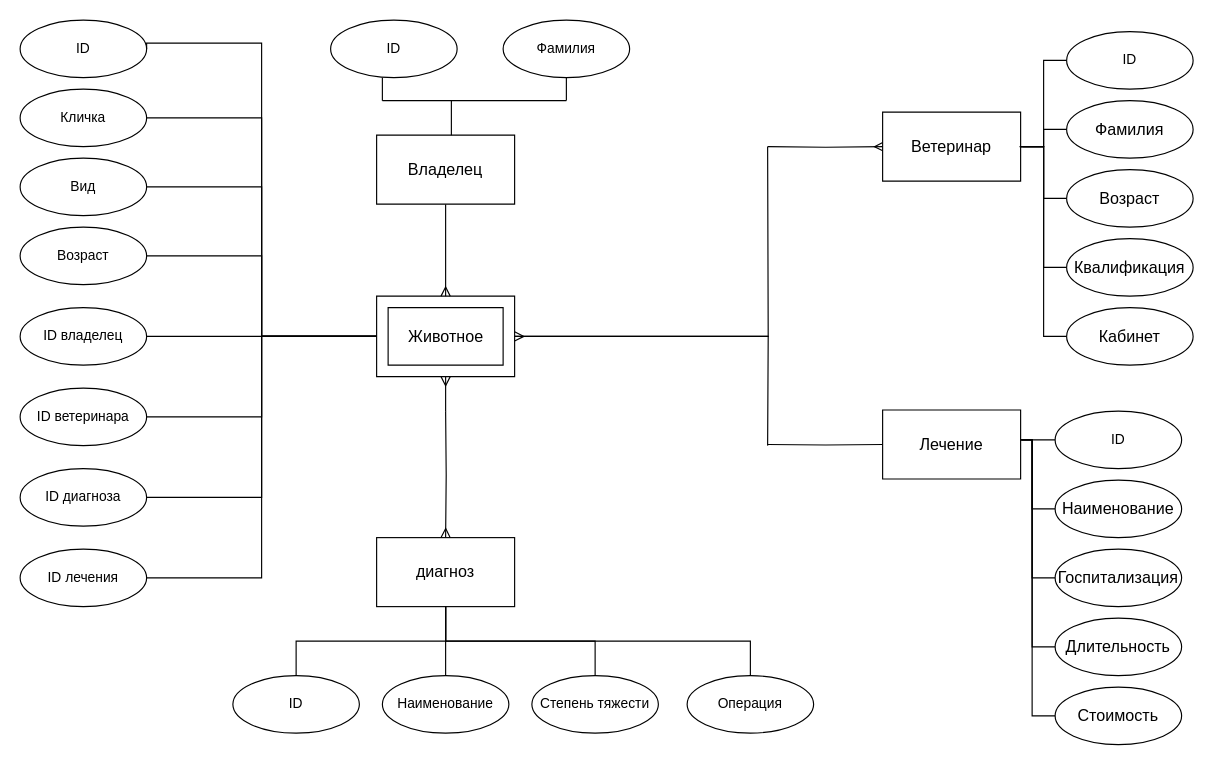
jokerva1010123/BMSTU-5-cem-DB keeps this draw.io diagram as lab_01/diagram/er-model.drawio. Above is the earlier version. Source tidied: cells renumbered, new cells numbered last; positions are measured from the earlier drawing's top-left corner, leaving out a move shared by most shapes. Both pictures are drawn from the tidied source at 115%, with x=0, y=0 at pixel (20, 20).
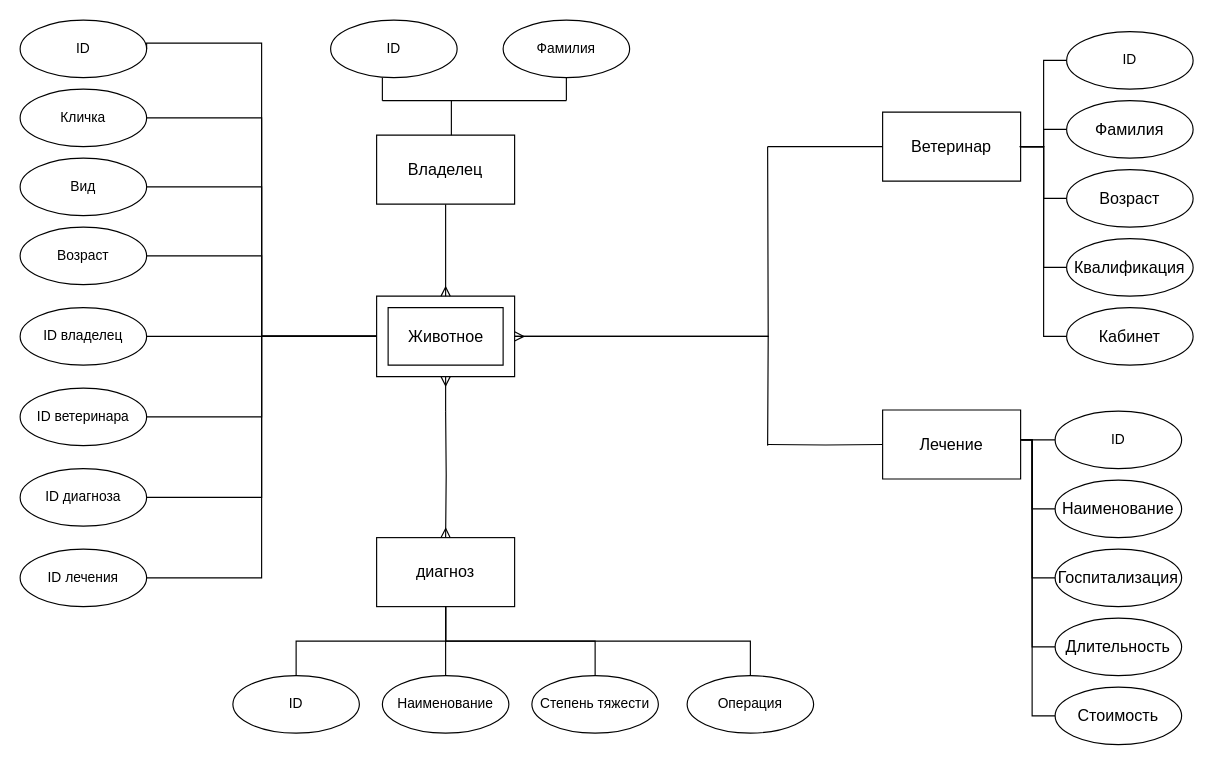
The same page after the edit.

The change refers to these unchanged cells:
```xml
<mxCell id="32" style="verticalLabelPosition=bottom;verticalAlign=top;html=1;shape=mxgraph.basic.rect;fillColor2=none;strokeWidth=1;size=20;indent=5;" parent="31" vertex="1">
  <mxGeometry width="120" height="60" as="geometry" />
</mxCell>
```

Diff of the diagram source:
```diff
@@
-    <mxCell id="27" style="edgeStyle=orthogonalEdgeStyle;rounded=0;jettySize=auto;html=1;exitX=1;exitY=0.5;exitDx=0;exitDy=0;entryX=0.008;entryY=0.5;entryDx=0;entryDy=0;entryPerimeter=0;endArrow=ERmany;endFill=0;" parent="1" edge="1" target="32">
-      <mxGeometry relative="1" as="geometry">
-        <mxPoint x="650" y="110" as="sourcePoint" />
-      </mxGeometry>
-    </mxCell>
@@
+    <mxCell id="72" style="line;strokeWidth=1;html=1;perimeter=backbonePerimeter;" parent="1" vertex="1">
+      <mxGeometry x="650" y="105" width="100" height="10" as="geometry" />
+    </mxCell>
```
